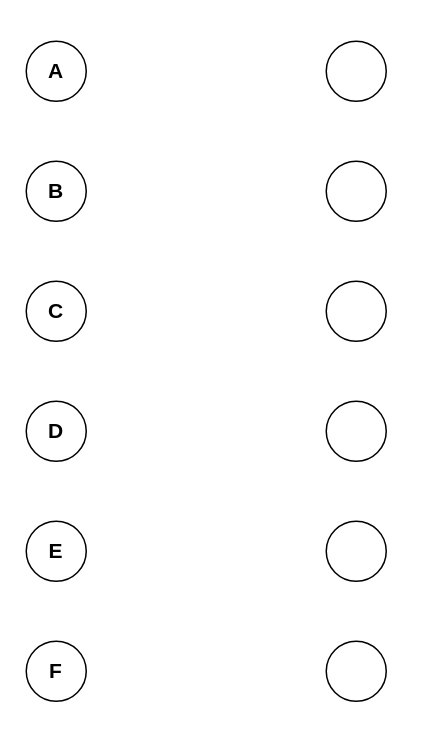
Before: HW2_2.drawio in edwardayala/Diagrams, a draw.io diagram. Source tidied: cells renumbered, new cells numbered last; positions are measured from the earlier drawing's top-left corner, leaving out a move shared by most shapes. Both pictures are drawn from the tidied source at 150%, with x=0, y=0 at pixel (26, 40).
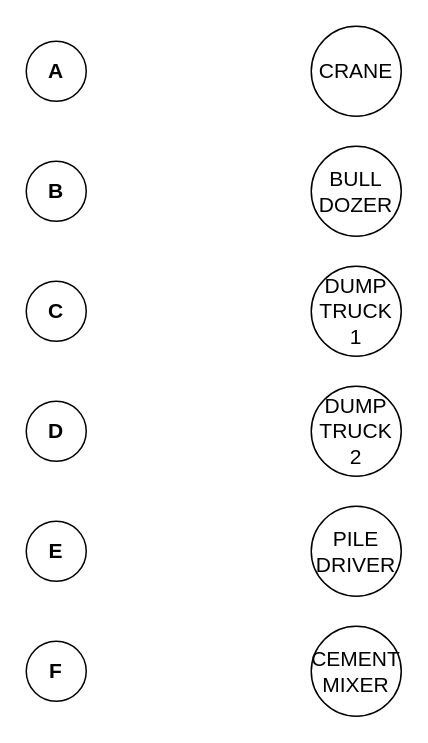
After the change.

What changed in the source:
```diff
@@
 <mxGraphModel>
   <root>
     <mxCell id="0" />
     <mxCell id="1" parent="0" />
     <mxCell id="2" value="&lt;b&gt;&lt;font style=&quot;font-size: 14px&quot;&gt;A&lt;/font&gt;&lt;/b&gt;" style="ellipse;whiteSpace=wrap;html=1;" parent="1" vertex="1">
       <mxGeometry width="40" height="40" as="geometry" />
     </mxCell>
     <mxCell id="3" value="&lt;b style=&quot;white-space: normal&quot;&gt;&lt;font style=&quot;font-size: 14px&quot;&gt;B&lt;/font&gt;&lt;/b&gt;" style="ellipse;whiteSpace=wrap;html=1;" parent="1" vertex="1">
       <mxGeometry y="80" width="40" height="40" as="geometry" />
     </mxCell>
     <mxCell id="4" value="&lt;b style=&quot;white-space: normal&quot;&gt;&lt;font style=&quot;font-size: 14px&quot;&gt;C&lt;/font&gt;&lt;/b&gt;" style="ellipse;whiteSpace=wrap;html=1;" parent="1" vertex="1">
       <mxGeometry y="160" width="40" height="40" as="geometry" />
     </mxCell>
     <mxCell id="5" value="&lt;b style=&quot;white-space: normal&quot;&gt;&lt;font style=&quot;font-size: 14px&quot;&gt;D&lt;/font&gt;&lt;/b&gt;" style="ellipse;whiteSpace=wrap;html=1;" parent="1" vertex="1">
       <mxGeometry y="240" width="40" height="40" as="geometry" />
     </mxCell>
     <mxCell id="6" value="&lt;b style=&quot;white-space: normal&quot;&gt;&lt;font style=&quot;font-size: 14px&quot;&gt;E&lt;/font&gt;&lt;/b&gt;" style="ellipse;whiteSpace=wrap;html=1;" parent="1" vertex="1">
       <mxGeometry y="320" width="40" height="40" as="geometry" />
     </mxCell>
     <mxCell id="7" value="&lt;span style=&quot;font-size: 14px&quot;&gt;&lt;b&gt;F&lt;/b&gt;&lt;/span&gt;" style="ellipse;whiteSpace=wrap;html=1;" parent="1" vertex="1">
       <mxGeometry y="400" width="40" height="40" as="geometry" />
     </mxCell>
-    <mxCell id="8" style="ellipse;whiteSpace=wrap;html=1;" parent="1" vertex="1">
-      <mxGeometry x="200" width="40" height="40" as="geometry" />
+    <mxCell id="8" value="&lt;font style=&quot;font-size: 14px&quot;&gt;CRANE&lt;/font&gt;" style="ellipse;whiteSpace=wrap;html=1;" parent="1" vertex="1">
+      <mxGeometry x="190" y="-10" width="60" height="60" as="geometry" />
     </mxCell>
-    <mxCell id="9" style="ellipse;whiteSpace=wrap;html=1;" parent="1" vertex="1">
-      <mxGeometry x="200" y="80" width="40" height="40" as="geometry" />
+    <mxCell id="9" value="&lt;font style=&quot;font-size: 14px&quot;&gt;BULL&lt;br&gt;DOZER&lt;/font&gt;" style="ellipse;whiteSpace=wrap;html=1;" parent="1" vertex="1">
+      <mxGeometry x="190" y="70" width="60" height="60" as="geometry" />
     </mxCell>
-    <mxCell id="10" style="ellipse;whiteSpace=wrap;html=1;" parent="1" vertex="1">
-      <mxGeometry x="200" y="160" width="40" height="40" as="geometry" />
-    </mxCell>
-    <mxCell id="11" style="ellipse;whiteSpace=wrap;html=1;" parent="1" vertex="1">
-      <mxGeometry x="200" y="240" width="40" height="40" as="geometry" />
-    </mxCell>
-    <mxCell id="12" style="ellipse;whiteSpace=wrap;html=1;" parent="1" vertex="1">
-      <mxGeometry x="200" y="320" width="40" height="40" as="geometry" />
-    </mxCell>
-    <mxCell id="13" style="ellipse;whiteSpace=wrap;html=1;" parent="1" vertex="1">
-      <mxGeometry x="200" y="400" width="40" height="40" as="geometry" />
-    </mxCell>
+    <mxCell id="14" value="&lt;font style=&quot;font-size: 14px&quot;&gt;DUMP&lt;br&gt;TRUCK&lt;br&gt;1&lt;/font&gt;" style="ellipse;whiteSpace=wrap;html=1;" parent="1" vertex="1">
+      <mxGeometry x="190" y="150" width="60" height="60" as="geometry" />
+    </mxCell>
+    <mxCell id="15" value="&lt;font style=&quot;font-size: 14px&quot;&gt;DUMP&lt;br&gt;TRUCK&lt;br&gt;2&lt;/font&gt;" style="ellipse;whiteSpace=wrap;html=1;" parent="1" vertex="1">
+      <mxGeometry x="190" y="230" width="60" height="60" as="geometry" />
+    </mxCell>
+    <mxCell id="16" value="&lt;font style=&quot;font-size: 14px&quot;&gt;PILE&lt;br&gt;DRIVER&lt;/font&gt;" style="ellipse;whiteSpace=wrap;html=1;" parent="1" vertex="1">
+      <mxGeometry x="190" y="310" width="60" height="60" as="geometry" />
+    </mxCell>
+    <mxCell id="17" value="&lt;span style=&quot;font-size: 14px&quot;&gt;CEMENT&lt;br&gt;&lt;/span&gt;&lt;font style=&quot;font-size: 14px&quot;&gt;MIXER&lt;/font&gt;" style="ellipse;whiteSpace=wrap;html=1;" parent="1" vertex="1">
+      <mxGeometry x="190" y="390" width="60" height="60" as="geometry" />
+    </mxCell>
   </root>
 </mxGraphModel>
```
